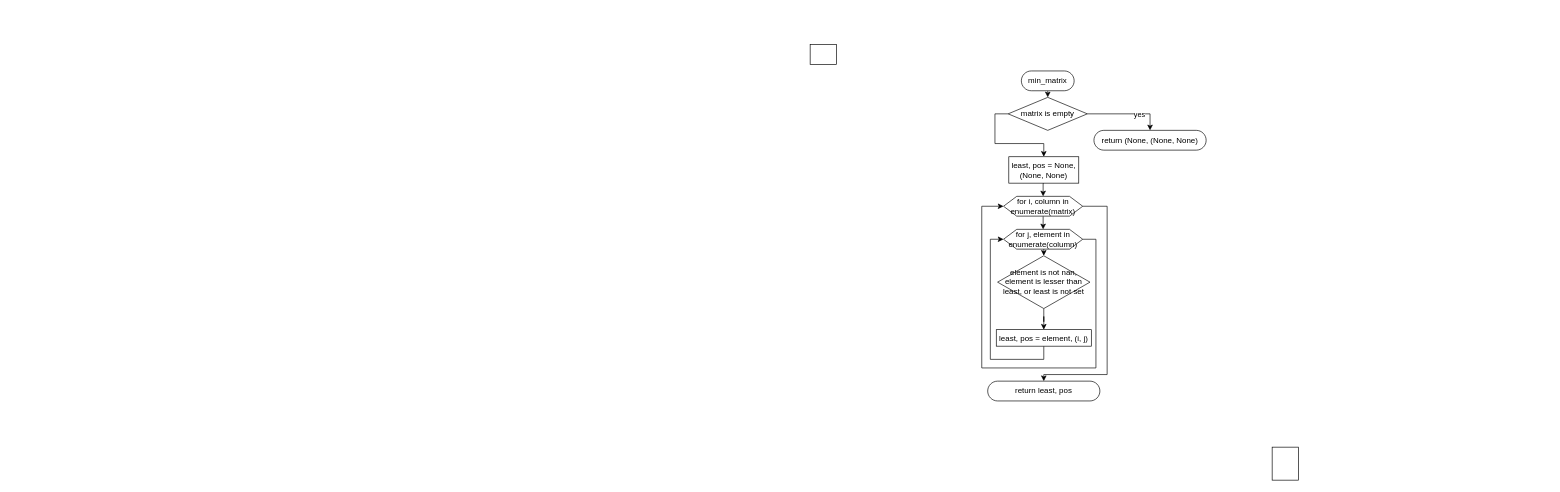
The draw.io diagram lab_1/min_matrix.drawio in Ak1yamaKiyoshi/kpi-TA, before the edit. Source tidied: cells renumbered, new cells numbered last; positions are measured from the earlier drawing's top-left corner, leaving out a move shared by most shapes. Both pictures are drawn from the tidied source at 66%, with x=0, y=0 at pixel (810, 44).
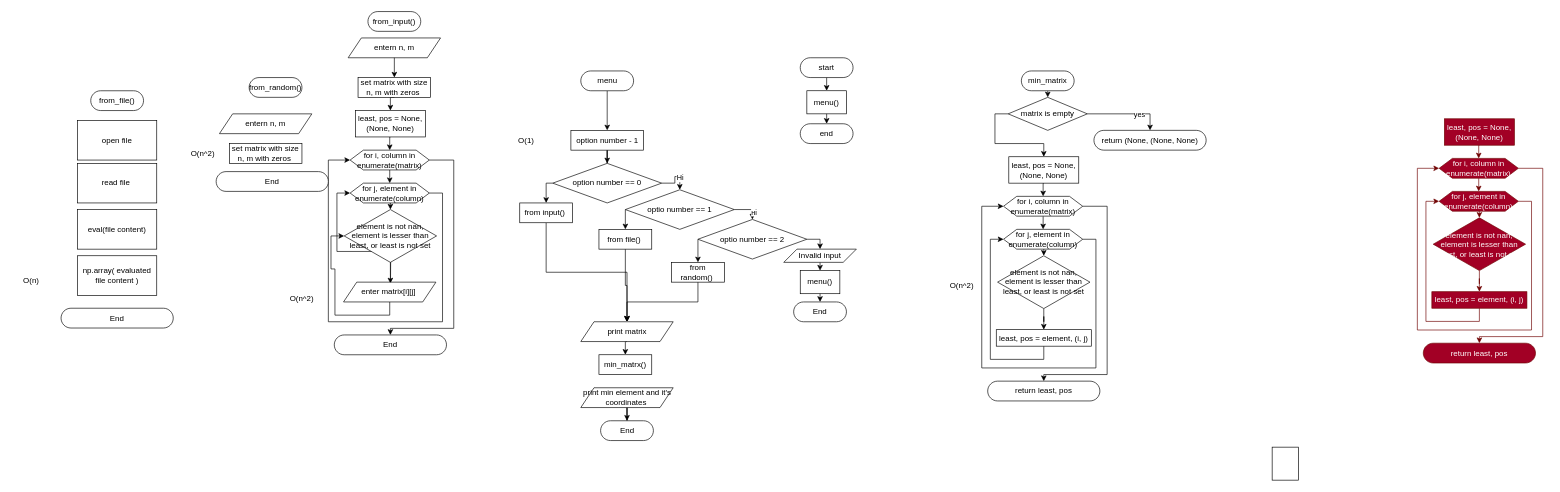
The same page after the edit.

Commit message:
lab_1 diagram

Diff of the diagram source:
```diff
@@
-    <mxCell id="22" style="rounded=0;whiteSpace=wrap;html=1;" parent="1" vertex="1">
-      <mxGeometry width="40" height="30" as="geometry" />
-    </mxCell>
@@
+    <mxCell id="24" style="edgeStyle=orthogonalEdgeStyle;rounded=0;jettySize=auto;html=1;exitX=0.5;exitY=0.5;exitDx=0;exitDy=15;exitPerimeter=0;entryX=0.5;entryY=0;entryDx=0;entryDy=0;" parent="1" edge="1" source="25" target="26">
+      <mxGeometry relative="1" as="geometry" />
+    </mxCell>
+    <mxCell id="25" value="start" style="html=1;dashed=0;whiteSpace=wrap;shape=mxgraph.dfd.start;" parent="1" vertex="1">
+      <mxGeometry x="-15" y="20" width="80" height="30" as="geometry" />
+    </mxCell>
+    <mxCell id="26" value="menu()" style="rounded=0;whiteSpace=wrap;html=1;" parent="1" vertex="1">
+      <mxGeometry x="-5" y="70" width="60" height="35" as="geometry" />
+    </mxCell>
+    <mxCell id="27" style="edgeStyle=orthogonalEdgeStyle;rounded=0;jettySize=auto;html=1;exitX=0.5;exitY=0.5;exitDx=0;exitDy=15;exitPerimeter=0;entryX=0.5;entryY=0;entryDx=0;entryDy=0;" parent="1" edge="1" source="28" target="30">
+      <mxGeometry relative="1" as="geometry" />
+    </mxCell>
+    <mxCell id="28" value="menu" style="html=1;dashed=0;whiteSpace=wrap;shape=mxgraph.dfd.start;" parent="1" vertex="1">
+      <mxGeometry x="-347.5" y="40" width="80" height="30" as="geometry" />
+    </mxCell>
+    <mxCell id="29" style="edgeStyle=orthogonalEdgeStyle;rounded=0;jettySize=auto;html=1;exitX=0.5;exitY=1;exitDx=0;exitDy=0;" parent="1" edge="1" source="30" target="36">
+      <mxGeometry relative="1" as="geometry" />
+    </mxCell>
+    <mxCell id="30" value="option number - 1" style="rounded=0;whiteSpace=wrap;html=1;" parent="1" vertex="1">
+      <mxGeometry x="-362.5" y="130" width="110" height="30" as="geometry" />
+    </mxCell>
+    <mxCell id="31" style="edgeStyle=orthogonalEdgeStyle;rounded=0;jettySize=auto;html=1;exitX=0.5;exitY=1;exitDx=0;exitDy=0;entryX=0.5;entryY=0;entryDx=0;entryDy=0;" parent="1" edge="1" source="94" target="80">
+      <mxGeometry relative="1" as="geometry" />
+    </mxCell>
+    <mxCell id="32" value="entern n, m" style="shape=parallelogram;perimeter=parallelogramPerimeter;whiteSpace=wrap;html=1;fixedSize=1;" parent="1" vertex="1">
+      <mxGeometry x="-700" y="-10" width="140" height="30" as="geometry" />
+    </mxCell>
+    <mxCell id="33" style="edgeStyle=orthogonalEdgeStyle;rounded=0;jettySize=auto;html=1;exitX=1;exitY=0.5;exitDx=0;exitDy=0;" parent="1" edge="1" source="36" target="40">
+      <mxGeometry relative="1" as="geometry" />
+    </mxCell>
+    <mxCell id="34" value="Ні" style="edgeLabel;html=1;align=center;verticalAlign=middle;" parent="33" vertex="1">
+      <mxGeometry x="0.28" relative="1" as="geometry">
+        <mxPoint y="1" as="offset" />
+      </mxGeometry>
+    </mxCell>
+    <mxCell id="35" style="edgeStyle=orthogonalEdgeStyle;rounded=0;jettySize=auto;html=1;exitX=0;exitY=0.5;exitDx=0;exitDy=0;entryX=0.5;entryY=0;entryDx=0;entryDy=0;" parent="1" edge="1" source="36" target="50">
+      <mxGeometry relative="1" as="geometry" />
+    </mxCell>
+    <mxCell id="36" value="option number == 0" style="rhombus;whiteSpace=wrap;html=1;" parent="1" vertex="1">
+      <mxGeometry x="-390" y="180" width="165" height="60" as="geometry" />
+    </mxCell>
+    <mxCell id="37" style="edgeStyle=orthogonalEdgeStyle;rounded=0;jettySize=auto;html=1;exitX=1;exitY=0.5;exitDx=0;exitDy=0;entryX=0.5;entryY=0;entryDx=0;entryDy=0;" parent="1" edge="1" source="40" target="43">
+      <mxGeometry relative="1" as="geometry" />
+    </mxCell>
+    <mxCell id="38" value="ні" style="edgeLabel;html=1;align=center;verticalAlign=middle;" parent="37" vertex="1">
+      <mxGeometry x="0.44" y="2" relative="1" as="geometry" />
+    </mxCell>
+    <mxCell id="39" style="edgeStyle=orthogonalEdgeStyle;rounded=0;jettySize=auto;html=1;exitX=0;exitY=0.5;exitDx=0;exitDy=0;entryX=0.5;entryY=0;entryDx=0;entryDy=0;" parent="1" edge="1" source="40" target="52">
+      <mxGeometry relative="1" as="geometry" />
+    </mxCell>
+    <mxCell id="40" value="optio number == 1" style="rhombus;whiteSpace=wrap;html=1;" parent="1" vertex="1">
+      <mxGeometry x="-280" y="220" width="165" height="60" as="geometry" />
+    </mxCell>
+    <mxCell id="41" style="edgeStyle=orthogonalEdgeStyle;rounded=0;jettySize=auto;html=1;exitX=1;exitY=0.5;exitDx=0;exitDy=0;entryX=0.5;entryY=0;entryDx=0;entryDy=0;" parent="1" edge="1" source="43" target="45">
+      <mxGeometry relative="1" as="geometry" />
+    </mxCell>
+    <mxCell id="42" style="edgeStyle=orthogonalEdgeStyle;rounded=0;jettySize=auto;html=1;exitX=0;exitY=0.5;exitDx=0;exitDy=0;entryX=0.5;entryY=0;entryDx=0;entryDy=0;" parent="1" edge="1" source="43" target="54">
+      <mxGeometry relative="1" as="geometry" />
+    </mxCell>
+    <mxCell id="43" value="optio number == 2" style="rhombus;whiteSpace=wrap;html=1;" parent="1" vertex="1">
+      <mxGeometry x="-170" y="265" width="165" height="60" as="geometry" />
+    </mxCell>
+    <mxCell id="44" style="edgeStyle=orthogonalEdgeStyle;rounded=0;jettySize=auto;html=1;exitX=0.5;exitY=1;exitDx=0;exitDy=0;entryX=0.5;entryY=0;entryDx=0;entryDy=0;" parent="1" edge="1" source="45" target="46">
+      <mxGeometry relative="1" as="geometry" />
+    </mxCell>
+    <mxCell id="45" value="Invalid input" style="shape=parallelogram;perimeter=parallelogramPerimeter;whiteSpace=wrap;html=1;fixedSize=1;" parent="1" vertex="1">
+      <mxGeometry x="-40" y="310" width="110" height="20" as="geometry" />
+    </mxCell>
+    <mxCell id="46" value="menu()" style="rounded=0;whiteSpace=wrap;html=1;" parent="1" vertex="1">
+      <mxGeometry x="-15" y="342.5" width="60" height="35" as="geometry" />
+    </mxCell>
+    <mxCell id="47" value="End" style="html=1;dashed=0;whiteSpace=wrap;shape=mxgraph.dfd.start;" parent="1" vertex="1">
+      <mxGeometry x="-25" y="390" width="80" height="30" as="geometry" />
+    </mxCell>
+    <mxCell id="48" style="edgeStyle=orthogonalEdgeStyle;rounded=0;jettySize=auto;html=1;exitX=0.5;exitY=1;exitDx=0;exitDy=0;entryX=0.5;entryY=0.5;entryDx=0;entryDy=-15;entryPerimeter=0;" parent="1" edge="1" source="46" target="47">
+      <mxGeometry relative="1" as="geometry" />
+    </mxCell>
+    <mxCell id="49" style="edgeStyle=orthogonalEdgeStyle;rounded=0;jettySize=auto;html=1;exitX=0.5;exitY=1;exitDx=0;exitDy=0;entryX=0.5;entryY=0;entryDx=0;entryDy=0;" parent="1" edge="1" source="50" target="56">
+      <mxGeometry relative="1" as="geometry" />
+    </mxCell>
+    <mxCell id="50" value="from input()&amp;nbsp;" style="rounded=0;whiteSpace=wrap;html=1;" parent="1" vertex="1">
+      <mxGeometry x="-440" y="240" width="80" height="30" as="geometry" />
+    </mxCell>
+    <mxCell id="51" style="edgeStyle=orthogonalEdgeStyle;rounded=0;jettySize=auto;html=1;exitX=0.5;exitY=1;exitDx=0;exitDy=0;" parent="1" edge="1" source="52" target="56">
+      <mxGeometry relative="1" as="geometry" />
+    </mxCell>
+    <mxCell id="52" value="from file()&amp;nbsp;" style="rounded=0;whiteSpace=wrap;html=1;" parent="1" vertex="1">
+      <mxGeometry x="-320" y="280" width="80" height="30" as="geometry" />
+    </mxCell>
+    <mxCell id="53" style="edgeStyle=orthogonalEdgeStyle;rounded=0;jettySize=auto;html=1;exitX=0.5;exitY=1;exitDx=0;exitDy=0;" parent="1" edge="1" source="54" target="56">
+      <mxGeometry relative="1" as="geometry" />
+    </mxCell>
+    <mxCell id="54" value="from random()&amp;nbsp;" style="rounded=0;whiteSpace=wrap;html=1;" parent="1" vertex="1">
+      <mxGeometry x="-210" y="330" width="80" height="30" as="geometry" />
+    </mxCell>
+    <mxCell id="55" style="edgeStyle=orthogonalEdgeStyle;rounded=0;jettySize=auto;html=1;exitX=0.5;exitY=1;exitDx=0;exitDy=0;entryX=0.5;entryY=0;entryDx=0;entryDy=0;" parent="1" edge="1" source="56" target="59">
+      <mxGeometry relative="1" as="geometry" />
+    </mxCell>
+    <mxCell id="56" value="print matrix" style="shape=parallelogram;perimeter=parallelogramPerimeter;whiteSpace=wrap;html=1;fixedSize=1;" parent="1" vertex="1">
+      <mxGeometry x="-347.5" y="420" width="140" height="30" as="geometry" />
+    </mxCell>
+    <mxCell id="57" value="end" style="html=1;dashed=0;whiteSpace=wrap;shape=mxgraph.dfd.start;" parent="1" vertex="1">
+      <mxGeometry x="-15" y="120" width="80" height="30" as="geometry" />
+    </mxCell>
+    <mxCell id="58" style="edgeStyle=orthogonalEdgeStyle;rounded=0;jettySize=auto;html=1;exitX=0.5;exitY=1;exitDx=0;exitDy=0;entryX=0.5;entryY=0.5;entryDx=0;entryDy=-15;entryPerimeter=0;" parent="1" edge="1" source="26" target="57">
+      <mxGeometry relative="1" as="geometry" />
+    </mxCell>
+    <mxCell id="59" value="min_matrx()" style="rounded=0;whiteSpace=wrap;html=1;" parent="1" vertex="1">
+      <mxGeometry x="-320" y="470" width="80" height="30" as="geometry" />
+    </mxCell>
+    <mxCell id="60" style="edgeStyle=orthogonalEdgeStyle;rounded=0;jettySize=auto;html=1;exitX=0.5;exitY=1;exitDx=0;exitDy=0;" parent="1" edge="1" source="61" target="62">
+      <mxGeometry relative="1" as="geometry" />
+    </mxCell>
+    <mxCell id="61" value="print min element and it's coordinates&amp;nbsp;" style="shape=parallelogram;perimeter=parallelogramPerimeter;whiteSpace=wrap;html=1;fixedSize=1;" parent="1" vertex="1">
+      <mxGeometry x="-347.5" y="520" width="140" height="30" as="geometry" />
+    </mxCell>
+    <mxCell id="62" value="End" style="html=1;dashed=0;whiteSpace=wrap;shape=mxgraph.dfd.start;" parent="1" vertex="1">
+      <mxGeometry x="-317.5" y="570" width="80" height="30" as="geometry" />
+    </mxCell>
+    <mxCell id="63" style="edgeStyle=orthogonalEdgeStyle;rounded=0;jettySize=auto;html=1;exitX=0.5;exitY=1;exitDx=0;exitDy=0;entryX=0.5;entryY=0;entryDx=0;entryDy=0;fillColor=#a20025;strokeColor=#6F0000;" parent="1" edge="1" source="64" target="69">
+      <mxGeometry relative="1" as="geometry" />
+    </mxCell>
+    <mxCell id="64" value="least, pos = None, (None, None)" style="rounded=0;whiteSpace=wrap;html=1;fillColor=#a20025;fontColor=#ffffff;strokeColor=#6F0000;" parent="1" vertex="1">
+      <mxGeometry x="961" y="112.5" width="106" height="40" as="geometry" />
+    </mxCell>
+    <mxCell id="65" style="edgeStyle=orthogonalEdgeStyle;rounded=0;jettySize=auto;html=1;exitX=0.5;exitY=1;exitDx=0;exitDy=0;entryX=0;entryY=0.5;entryDx=0;entryDy=0;fillColor=#a20025;strokeColor=#6F0000;" parent="1" edge="1" source="66" target="72">
+      <mxGeometry relative="1" as="geometry" />
+    </mxCell>
+    <mxCell id="66" value="least, pos = element, (i, j)" style="rounded=0;whiteSpace=wrap;html=1;fillColor=#a20025;fontColor=#ffffff;strokeColor=#6F0000;" parent="1" vertex="1">
+      <mxGeometry x="942" y="374.5" width="144" height="25" as="geometry" />
+    </mxCell>
+    <mxCell id="67" style="edgeStyle=orthogonalEdgeStyle;rounded=0;jettySize=auto;html=1;exitX=0.5;exitY=1;exitDx=0;exitDy=0;entryX=0.5;entryY=0;entryDx=0;entryDy=0;fillColor=#a20025;strokeColor=#6F0000;" parent="1" edge="1" source="69" target="72">
+      <mxGeometry relative="1" as="geometry" />
+    </mxCell>
+    <mxCell id="68" style="edgeStyle=orthogonalEdgeStyle;rounded=0;jettySize=auto;html=1;exitX=1;exitY=0.5;exitDx=0;exitDy=0;fillColor=#a20025;strokeColor=#6F0000;" parent="1" edge="1" source="69" target="75">
+      <mxGeometry relative="1" as="geometry">
+        <Array as="points">
+          <mxPoint x="1110" y="187.5" />
+          <mxPoint x="1110" y="442.5" />
+          <mxPoint x="1014" y="442.5" />
+        </Array>
+      </mxGeometry>
+    </mxCell>
+    <mxCell id="69" value="for i, column in enumerate(matrix)" style="shape=hexagon;perimeter=hexagonPerimeter2;whiteSpace=wrap;html=1;fixedSize=1;fillColor=#a20025;fontColor=#ffffff;strokeColor=#6F0000;" parent="1" vertex="1">
+      <mxGeometry x="953" y="172.5" width="120" height="30" as="geometry" />
+    </mxCell>
+    <mxCell id="70" style="edgeStyle=orthogonalEdgeStyle;rounded=0;jettySize=auto;html=1;exitX=0.5;exitY=1;exitDx=0;exitDy=0;entryX=0.5;entryY=0;entryDx=0;entryDy=0;fillColor=#a20025;strokeColor=#6F0000;" parent="1" edge="1" source="72" target="74">
+      <mxGeometry relative="1" as="geometry" />
+    </mxCell>
+    <mxCell id="71" style="edgeStyle=orthogonalEdgeStyle;rounded=0;jettySize=auto;html=1;exitX=1;exitY=0.5;exitDx=0;exitDy=0;entryX=0;entryY=0.5;entryDx=0;entryDy=0;fillColor=#a20025;strokeColor=#6F0000;" parent="1" edge="1" source="72" target="69">
+      <mxGeometry relative="1" as="geometry">
+        <Array as="points">
+          <mxPoint x="1093" y="237.5" />
+          <mxPoint x="1093" y="432.5" />
+          <mxPoint x="920" y="432.5" />
+          <mxPoint x="920" y="187.5" />
+        </Array>
+      </mxGeometry>
+    </mxCell>
+    <mxCell id="72" value="for j, element in enumerate(column)" style="shape=hexagon;perimeter=hexagonPerimeter2;whiteSpace=wrap;html=1;fixedSize=1;fillColor=#a20025;fontColor=#ffffff;strokeColor=#6F0000;" parent="1" vertex="1">
+      <mxGeometry x="953" y="222.5" width="120" height="30" as="geometry" />
+    </mxCell>
+    <mxCell id="73" style="edgeStyle=orthogonalEdgeStyle;rounded=0;jettySize=auto;html=1;exitX=0.5;exitY=1;exitDx=0;exitDy=0;fillColor=#a20025;strokeColor=#6F0000;" parent="1" edge="1" source="74" target="66">
+      <mxGeometry relative="1" as="geometry" />
+    </mxCell>
+    <mxCell id="74" value="element is not nan, element is lesser than least, or least is not set" style="rhombus;whiteSpace=wrap;html=1;fillColor=#a20025;fontColor=#ffffff;strokeColor=#6F0000;" parent="1" vertex="1">
+      <mxGeometry x="944" y="262.5" width="140" height="80" as="geometry" />
+    </mxCell>
+    <mxCell id="75" value="return least, pos" style="html=1;dashed=0;whiteSpace=wrap;shape=mxgraph.dfd.start;fillColor=#a20025;fontColor=#ffffff;strokeColor=#6F0000;" parent="1" vertex="1">
+      <mxGeometry x="929" y="452.5" width="170" height="30" as="geometry" />
+    </mxCell>
+    <mxCell id="76" value="from_input()" style="html=1;dashed=0;whiteSpace=wrap;shape=mxgraph.dfd.start;" parent="1" vertex="1">
+      <mxGeometry x="-670" y="-50" width="80" height="30" as="geometry" />
+    </mxCell>
+    <mxCell id="77" value="from_random()" style="html=1;dashed=0;whiteSpace=wrap;shape=mxgraph.dfd.start;" parent="1" vertex="1">
+      <mxGeometry x="-850" y="50" width="80" height="30" as="geometry" />
+    </mxCell>
+    <mxCell id="78" value="from_file()" style="html=1;dashed=0;whiteSpace=wrap;shape=mxgraph.dfd.start;" parent="1" vertex="1">
+      <mxGeometry x="-1090" y="70" width="80" height="30" as="geometry" />
+    </mxCell>
+    <mxCell id="79" style="edgeStyle=orthogonalEdgeStyle;rounded=0;jettySize=auto;html=1;exitX=0.5;exitY=1;exitDx=0;exitDy=0;entryX=0.5;entryY=0;entryDx=0;entryDy=0;" parent="1" edge="1" source="80" target="84">
+      <mxGeometry relative="1" as="geometry" />
+    </mxCell>
+    <mxCell id="80" value="least, pos = None, (None, None)" style="rounded=0;whiteSpace=wrap;html=1;" parent="1" vertex="1">
+      <mxGeometry x="-689" y="100" width="106" height="40" as="geometry" />
+    </mxCell>
+    <mxCell id="81" style="edgeStyle=orthogonalEdgeStyle;rounded=0;jettySize=auto;html=1;exitX=0.5;exitY=1;exitDx=0;exitDy=0;entryX=0;entryY=0.5;entryDx=0;entryDy=0;" parent="1" edge="1" target="87">
+      <mxGeometry relative="1" as="geometry">
+        <mxPoint x="-636" y="387" as="sourcePoint" />
+      </mxGeometry>
+    </mxCell>
+    <mxCell id="82" style="edgeStyle=orthogonalEdgeStyle;rounded=0;jettySize=auto;html=1;exitX=0.5;exitY=1;exitDx=0;exitDy=0;entryX=0.5;entryY=0;entryDx=0;entryDy=0;" parent="1" edge="1" source="84" target="87">
+      <mxGeometry relative="1" as="geometry" />
+    </mxCell>
+    <mxCell id="83" style="edgeStyle=orthogonalEdgeStyle;rounded=0;jettySize=auto;html=1;exitX=1;exitY=0.5;exitDx=0;exitDy=0;" parent="1" edge="1" source="84" target="90">
+      <mxGeometry relative="1" as="geometry">
+        <Array as="points">
+          <mxPoint x="-540" y="175" />
+          <mxPoint x="-540" y="430" />
+          <mxPoint x="-636" y="430" />
+        </Array>
+      </mxGeometry>
+    </mxCell>
+    <mxCell id="84" value="for i, column in enumerate(matrix)" style="shape=hexagon;perimeter=hexagonPerimeter2;whiteSpace=wrap;html=1;fixedSize=1;" parent="1" vertex="1">
+      <mxGeometry x="-697" y="160" width="120" height="30" as="geometry" />
+    </mxCell>
+    <mxCell id="85" style="edgeStyle=orthogonalEdgeStyle;rounded=0;jettySize=auto;html=1;exitX=0.5;exitY=1;exitDx=0;exitDy=0;entryX=0.5;entryY=0;entryDx=0;entryDy=0;" parent="1" edge="1" source="87" target="89">
+      <mxGeometry relative="1" as="geometry" />
+    </mxCell>
+    <mxCell id="86" style="edgeStyle=orthogonalEdgeStyle;rounded=0;jettySize=auto;html=1;exitX=1;exitY=0.5;exitDx=0;exitDy=0;entryX=0;entryY=0.5;entryDx=0;entryDy=0;" parent="1" edge="1" source="87" target="84">
+      <mxGeometry relative="1" as="geometry">
+        <Array as="points">
+          <mxPoint x="-557" y="225" />
+          <mxPoint x="-557" y="420" />
+          <mxPoint x="-730" y="420" />
+          <mxPoint x="-730" y="175" />
+        </Array>
+      </mxGeometry>
+    </mxCell>
+    <mxCell id="87" value="for j, element in enumerate(column)" style="shape=hexagon;perimeter=hexagonPerimeter2;whiteSpace=wrap;html=1;fixedSize=1;" parent="1" vertex="1">
+      <mxGeometry x="-697" y="210" width="120" height="30" as="geometry" />
+    </mxCell>
+    <mxCell id="88" style="edgeStyle=orthogonalEdgeStyle;rounded=0;jettySize=auto;html=1;exitX=0.5;exitY=1;exitDx=0;exitDy=0;" parent="1" edge="1" source="89">
+      <mxGeometry relative="1" as="geometry">
+        <mxPoint x="-636" y="362" as="targetPoint" />
+      </mxGeometry>
+    </mxCell>
+    <mxCell id="89" value="element is not nan, element is lesser than least, or least is not set" style="rhombus;whiteSpace=wrap;html=1;" parent="1" vertex="1">
+      <mxGeometry x="-706" y="250" width="140" height="80" as="geometry" />
+    </mxCell>
+    <mxCell id="90" value="End" style="html=1;dashed=0;whiteSpace=wrap;shape=mxgraph.dfd.start;" parent="1" vertex="1">
+      <mxGeometry x="-721" y="440" width="170" height="30" as="geometry" />
+    </mxCell>
+    <mxCell id="91" style="edgeStyle=orthogonalEdgeStyle;rounded=0;jettySize=auto;html=1;exitX=0.5;exitY=1;exitDx=0;exitDy=0;entryX=0;entryY=0.5;entryDx=0;entryDy=0;" parent="1" edge="1" source="92" target="89">
+      <mxGeometry relative="1" as="geometry">
+        <Array as="points">
+          <mxPoint x="-637" y="410" />
+          <mxPoint x="-720" y="410" />
+          <mxPoint x="-720" y="340" />
+          <mxPoint x="-726" y="340" />
+          <mxPoint x="-726" y="290" />
+        </Array>
+      </mxGeometry>
+    </mxCell>
+    <mxCell id="92" value="enter matrix[i][j]&amp;nbsp;" style="shape=parallelogram;perimeter=parallelogramPerimeter;whiteSpace=wrap;html=1;fixedSize=1;" parent="1" vertex="1">
+      <mxGeometry x="-707" y="360" width="140" height="30" as="geometry" />
+    </mxCell>
+    <mxCell id="93" style="edgeStyle=orthogonalEdgeStyle;rounded=0;jettySize=auto;html=1;exitX=0.5;exitY=1;exitDx=0;exitDy=0;entryX=0.5;entryY=0;entryDx=0;entryDy=0;" parent="1" edge="1" source="32" target="94">
+      <mxGeometry relative="1" as="geometry" />
+    </mxCell>
+    <mxCell id="94" value="set matrix with size n, m with zeros&amp;nbsp;" style="rounded=0;whiteSpace=wrap;html=1;" parent="1" vertex="1">
+      <mxGeometry x="-685" y="50" width="110" height="30" as="geometry" />
+    </mxCell>
+    <mxCell id="95" value="set matrix with size n, m with zeros&amp;nbsp;" style="rounded=0;whiteSpace=wrap;html=1;" parent="1" vertex="1">
+      <mxGeometry x="-880" y="150" width="110" height="30" as="geometry" />
+    </mxCell>
+    <mxCell id="96" value="entern n, m" style="shape=parallelogram;perimeter=parallelogramPerimeter;whiteSpace=wrap;html=1;fixedSize=1;" parent="1" vertex="1">
+      <mxGeometry x="-895" y="105" width="140" height="30" as="geometry" />
+    </mxCell>
+    <mxCell id="97" value="open file" style="rounded=0;whiteSpace=wrap;html=1;" parent="1" vertex="1">
+      <mxGeometry x="-1110" y="115" width="120" height="60" as="geometry" />
+    </mxCell>
+    <mxCell id="98" value="read file&amp;nbsp;" style="rounded=0;whiteSpace=wrap;html=1;" parent="1" vertex="1">
+      <mxGeometry x="-1110" y="180" width="120" height="60" as="geometry" />
+    </mxCell>
+    <mxCell id="99" value="eval(file content)" style="rounded=0;whiteSpace=wrap;html=1;" parent="1" vertex="1">
+      <mxGeometry x="-1110" y="250" width="120" height="60" as="geometry" />
+    </mxCell>
+    <mxCell id="100" value="np.array( evaluated file content )" style="rounded=0;whiteSpace=wrap;html=1;" parent="1" vertex="1">
+      <mxGeometry x="-1110" y="320" width="120" height="60" as="geometry" />
+    </mxCell>
+    <mxCell id="101" value="O(n)" style="text;html=1;strokeColor=none;fillColor=none;align=center;verticalAlign=middle;whiteSpace=wrap;rounded=0;" parent="1" vertex="1">
+      <mxGeometry x="-1210" y="343" width="60" height="30" as="geometry" />
+    </mxCell>
+    <mxCell id="102" value="End" style="html=1;dashed=0;whiteSpace=wrap;shape=mxgraph.dfd.start;" parent="1" vertex="1">
+      <mxGeometry x="-900" y="192.5" width="170" height="30" as="geometry" />
+    </mxCell>
+    <mxCell id="103" value="End" style="html=1;dashed=0;whiteSpace=wrap;shape=mxgraph.dfd.start;" parent="1" vertex="1">
+      <mxGeometry x="-1135" y="399.5" width="170" height="30" as="geometry" />
+    </mxCell>
+    <mxCell id="104" value="O(n^2)" style="text;html=1;strokeColor=none;fillColor=none;align=center;verticalAlign=middle;whiteSpace=wrap;rounded=0;" parent="1" vertex="1">
+      <mxGeometry x="-800" y="369.5" width="60" height="30" as="geometry" />
+    </mxCell>
+    <mxCell id="105" value="O(n^2)" style="text;html=1;strokeColor=none;fillColor=none;align=center;verticalAlign=middle;whiteSpace=wrap;rounded=0;" parent="1" vertex="1">
+      <mxGeometry x="-950" y="150" width="60" height="30" as="geometry" />
+    </mxCell>
+    <mxCell id="106" value="O(1)" style="text;html=1;strokeColor=none;fillColor=none;align=center;verticalAlign=middle;whiteSpace=wrap;rounded=0;" parent="1" vertex="1">
+      <mxGeometry x="-460" y="130" width="60" height="30" as="geometry" />
+    </mxCell>
+    <mxCell id="107" value="O(n^2)" style="text;html=1;strokeColor=none;fillColor=none;align=center;verticalAlign=middle;whiteSpace=wrap;rounded=0;" parent="1" vertex="1">
+      <mxGeometry x="200" y="350" width="60" height="30" as="geometry" />
+    </mxCell>
```
